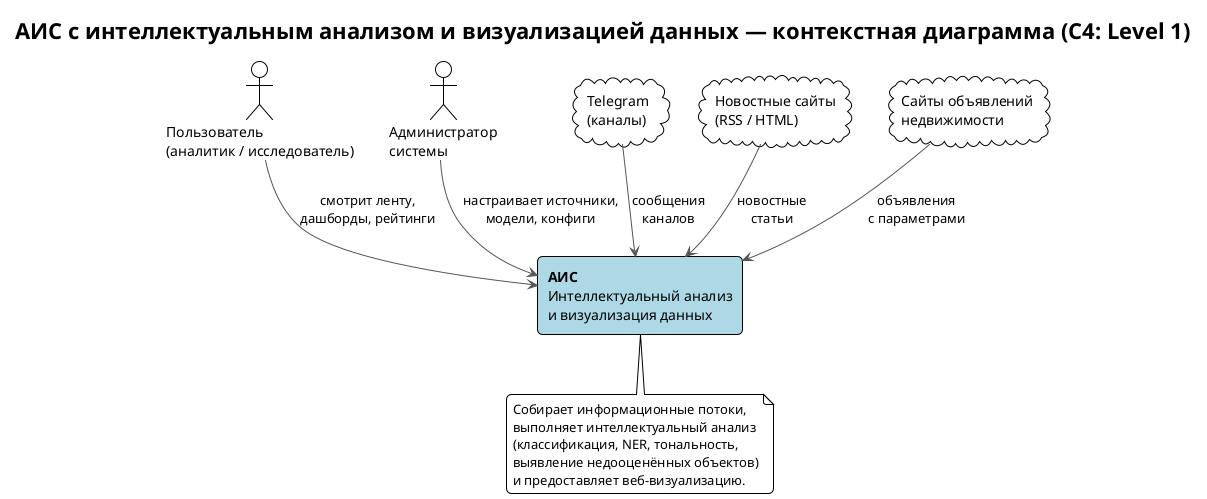
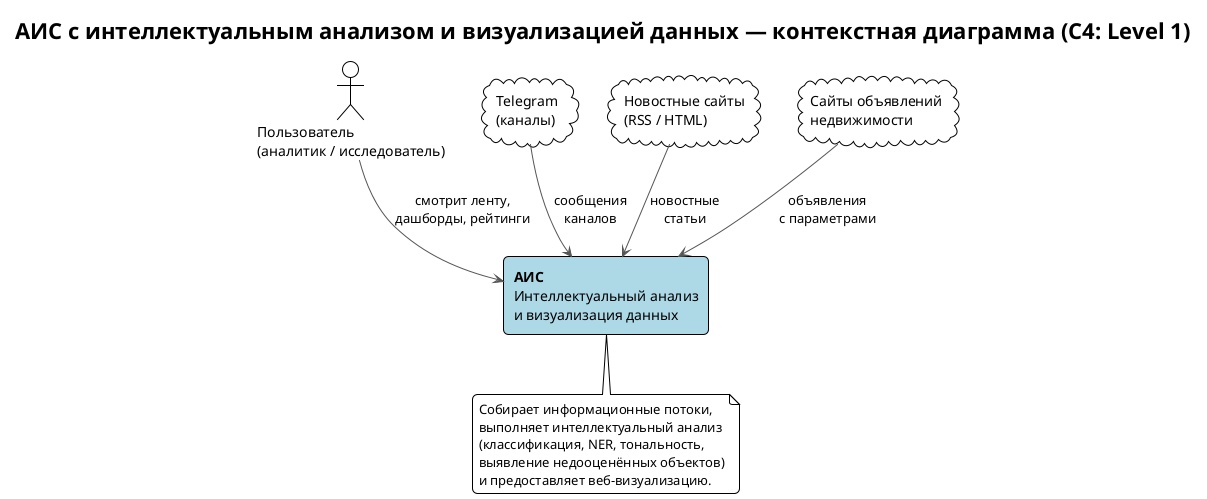
@startuml context
!theme plain
title АИС с интеллектуальным анализом и визуализацией данных — контекстная диаграмма (C4: Level 1)

skinparam backgroundColor #FFFFFF
skinparam roundCorner 10
skinparam shadowing false
skinparam ArrowColor #555555
skinparam defaultFontName "Helvetica"

actor "Пользователь\n(аналитик / исследователь)" as user
- actor "Администратор\nсистемы" as admin

rectangle "**АИС**\nИнтеллектуальный анализ\nи визуализация данных" as system #LightBlue

cloud "Telegram\n(каналы)" as tg
cloud "Новостные сайты\n(RSS / HTML)" as news
cloud "Сайты объявлений\nнедвижимости" as realestate_sources

user --> system : смотрит ленту,\nдашборды, рейтинги
- admin --> system : настраивает источники,\nмодели, конфиги

tg --> system : сообщения\nканалов
news --> system : новостные\nстатьи
realestate_sources --> system : объявления\nс параметрами

note bottom of system
  Собирает информационные потоки,
  выполняет интеллектуальный анализ
  (классификация, NER, тональность,
  выявление недооценённых объектов)
  и предоставляет веб-визуализацию.
end note

@enduml
